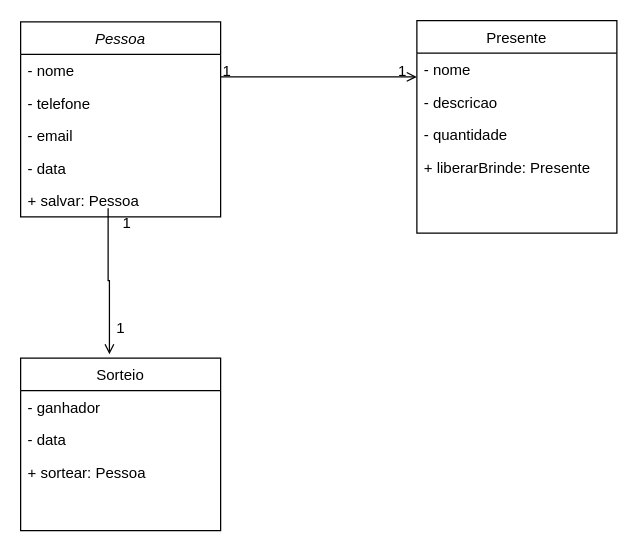
Before: diagrama.drawio in fabribh/cha-de-fralda, a draw.io diagram. Source tidied: cells renumbered, new cells numbered last; positions are measured from the earlier drawing's top-left corner, leaving out a move shared by most shapes. Both pictures are drawn from the tidied source at 125%, with x=0, y=0 at pixel (20, 20).
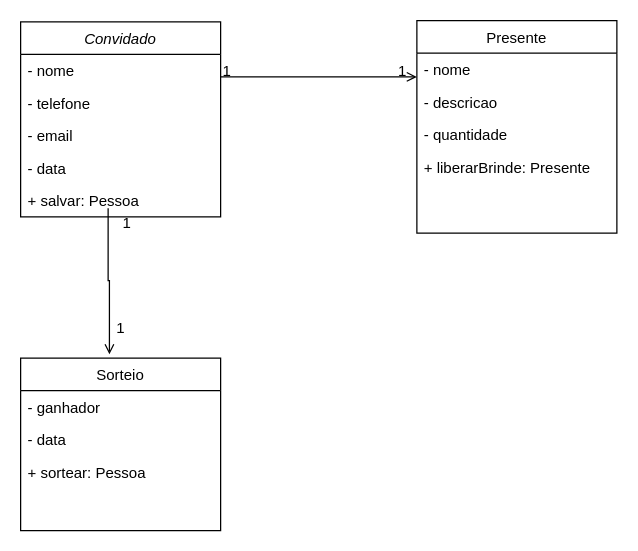
The same diagram, later.

What changed in the source:
```diff
@@
-    <mxCell id="5" value="Pessoa" style="swimlane;fontStyle=2;align=center;verticalAlign=top;horizontal=1;startSize=26;rounded=0;shadow=0;strokeWidth=1;" parent="1" vertex="1">
+    <mxCell id="5" value="Convidado&#10;" style="swimlane;fontStyle=2;align=center;verticalAlign=top;horizontal=1;startSize=26;rounded=0;shadow=0;strokeWidth=1;" parent="1" vertex="1">
       <mxGeometry y="1" width="160" height="156" as="geometry" />
     </mxCell>
```
